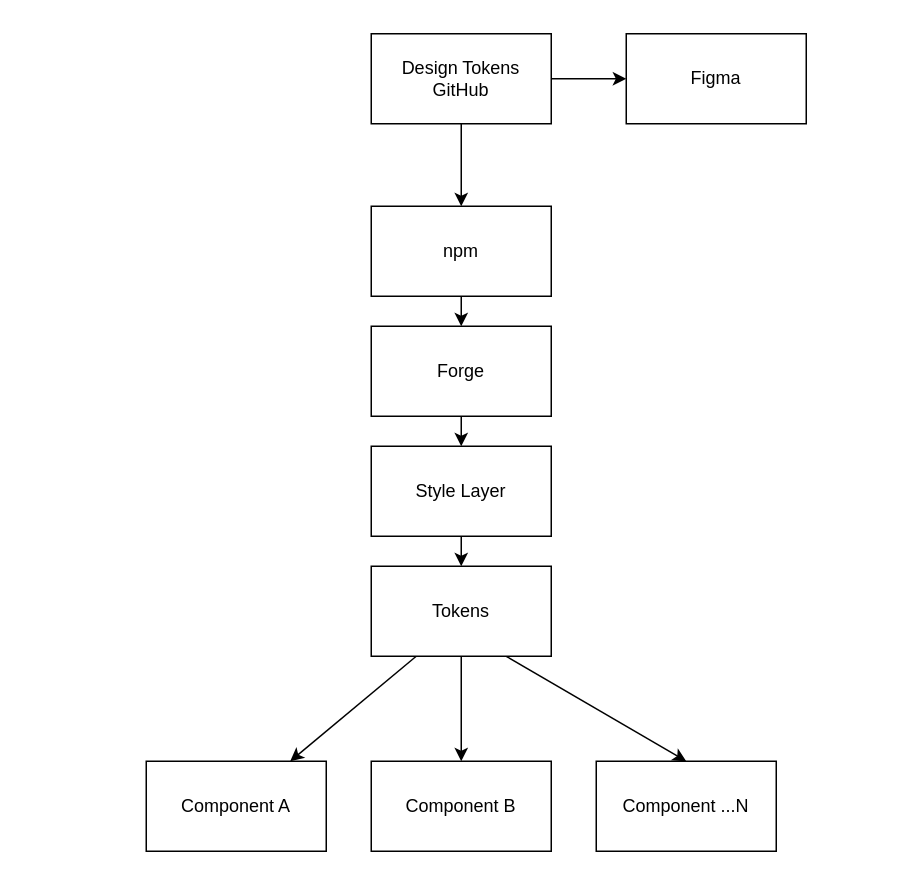
This is docs/diagrams/tokens.drawio from tyler-technologies-oss/forge, a draw.io file, before an edit. Source tidied: cells renumbered, new cells numbered last; positions are measured from the earlier drawing's top-left corner, leaving out a move shared by most shapes. Both pictures are drawn from the tidied source at 150%, with x=0, y=0 at pixel (146, 33).
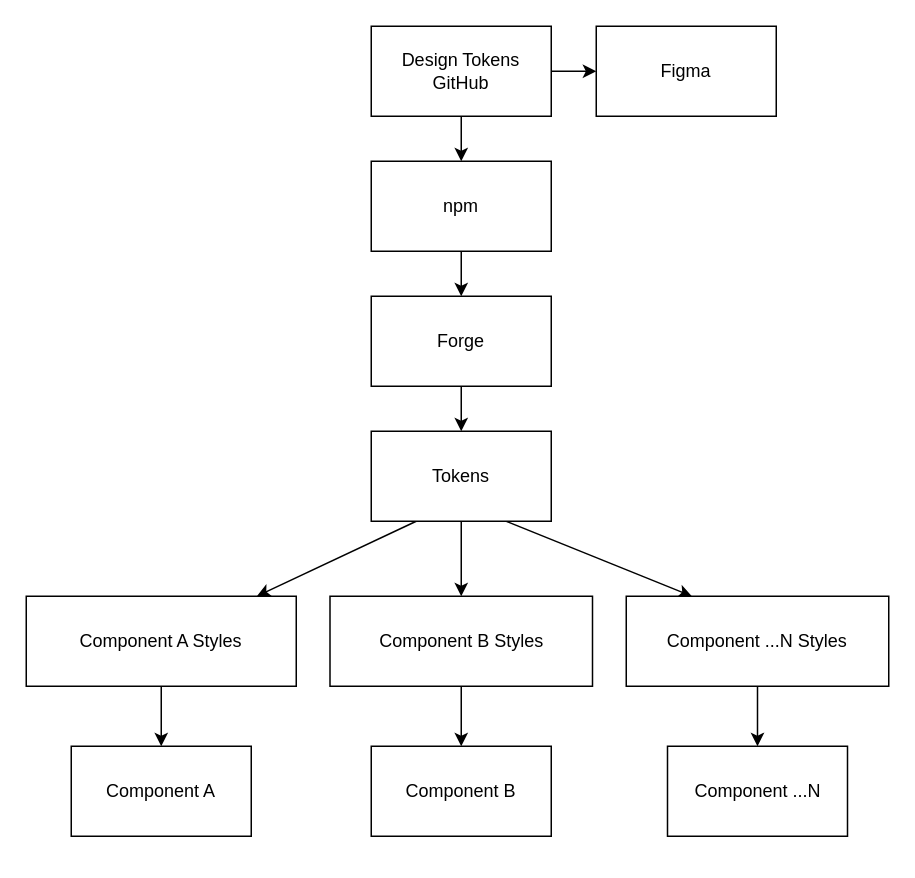
After the change.

The edit, as a diff of the source:
```diff
@@
     <mxCell id="3" value="npm" style="whiteSpace=wrap;html=1;" parent="1" vertex="1">
-      <mxGeometry x="150" y="115" width="120" height="60" as="geometry" />
+      <mxGeometry x="150" y="85" width="120" height="60" as="geometry" />
     </mxCell>
-    <mxCell id="4" style="edgeStyle=none;html=1;" parent="1" edge="1" source="5" target="7">
+    <mxCell id="4" style="edgeStyle=none;html=1;entryX=0.5;entryY=0;entryDx=0;entryDy=0;" parent="1" edge="1" source="5" target="15">
       <mxGeometry relative="1" as="geometry" />
     </mxCell>
     <mxCell id="5" value="Forge" style="whiteSpace=wrap;html=1;" parent="1" vertex="1">
-      <mxGeometry x="150" y="195" width="120" height="60" as="geometry" />
+      <mxGeometry x="150" y="175" width="120" height="60" as="geometry" />
     </mxCell>
-    <mxCell id="6" style="edgeStyle=none;html=1;" parent="1" edge="1" source="7" target="15">
-      <mxGeometry relative="1" as="geometry" />
-    </mxCell>
-    <mxCell id="7" value="Style Layer" style="whiteSpace=wrap;html=1;" parent="1" vertex="1">
-      <mxGeometry x="150" y="275" width="120" height="60" as="geometry" />
-    </mxCell>
@@
     <mxCell id="10" value="Design Tokens&lt;br&gt;GitHub" style="whiteSpace=wrap;html=1;" parent="1" vertex="1">
-      <mxGeometry x="150" width="120" height="60" as="geometry" />
+      <mxGeometry x="150" y="-5" width="120" height="60" as="geometry" />
     </mxCell>
     <mxCell id="11" value="Figma" style="whiteSpace=wrap;html=1;" parent="1" vertex="1">
-      <mxGeometry x="320" width="120" height="60" as="geometry" />
+      <mxGeometry x="300" y="-5" width="120" height="60" as="geometry" />
     </mxCell>
@@
-    <mxCell id="14" style="edgeStyle=none;html=1;exitX=0.75;exitY=1;exitDx=0;exitDy=0;entryX=0.5;entryY=0;entryDx=0;entryDy=0;" parent="1" edge="1" source="15" target="18">
+    <mxCell id="14" style="edgeStyle=none;html=1;exitX=0.75;exitY=1;exitDx=0;exitDy=0;entryX=0.25;entryY=0;entryDx=0;entryDy=0;" parent="1" edge="1" source="15" target="18">
       <mxGeometry relative="1" as="geometry" />
     </mxCell>
     <mxCell id="15" value="Tokens" style="whiteSpace=wrap;html=1;" parent="1" vertex="1">
-      <mxGeometry x="150" y="355" width="120" height="60" as="geometry" />
+      <mxGeometry x="150" y="265" width="120" height="60" as="geometry" />
     </mxCell>
+    <mxCell id="19" style="edgeStyle=none;html=1;" parent="1" edge="1" source="16" target="22">
+      <mxGeometry relative="1" as="geometry" />
+    </mxCell>
-    <mxCell id="16" value="Component A" style="whiteSpace=wrap;html=1;" parent="1" vertex="1">
-      <mxGeometry y="485" width="120" height="60" as="geometry" />
+    <mxCell id="16" value="Component A Styles" style="whiteSpace=wrap;html=1;" parent="1" vertex="1">
+      <mxGeometry x="-80" y="375" width="180" height="60" as="geometry" />
     </mxCell>
+    <mxCell id="20" style="edgeStyle=none;html=1;" parent="1" edge="1" source="17" target="23">
+      <mxGeometry relative="1" as="geometry" />
+    </mxCell>
-    <mxCell id="17" value="Component B" style="whiteSpace=wrap;html=1;" parent="1" vertex="1">
-      <mxGeometry x="150" y="485" width="120" height="60" as="geometry" />
+    <mxCell id="17" value="Component B Styles" style="whiteSpace=wrap;html=1;" parent="1" vertex="1">
+      <mxGeometry x="122.5" y="375" width="175" height="60" as="geometry" />
     </mxCell>
+    <mxCell id="21" style="edgeStyle=none;html=1;" parent="1" edge="1" source="18" target="24">
+      <mxGeometry relative="1" as="geometry" />
+    </mxCell>
-    <mxCell id="18" value="Component ...N" style="whiteSpace=wrap;html=1;" parent="1" vertex="1">
-      <mxGeometry x="300" y="485" width="120" height="60" as="geometry" />
+    <mxCell id="18" value="Component ...N Styles" style="whiteSpace=wrap;html=1;" parent="1" vertex="1">
+      <mxGeometry x="320" y="375" width="175" height="60" as="geometry" />
     </mxCell>
+    <mxCell id="22" value="Component A" style="whiteSpace=wrap;html=1;" parent="1" vertex="1">
+      <mxGeometry x="-50" y="475" width="120" height="60" as="geometry" />
+    </mxCell>
+    <mxCell id="23" value="Component B" style="whiteSpace=wrap;html=1;" parent="1" vertex="1">
+      <mxGeometry x="150" y="475" width="120" height="60" as="geometry" />
+    </mxCell>
+    <mxCell id="24" value="Component ...N" style="whiteSpace=wrap;html=1;" parent="1" vertex="1">
+      <mxGeometry x="347.5" y="475" width="120" height="60" as="geometry" />
+    </mxCell>
```
